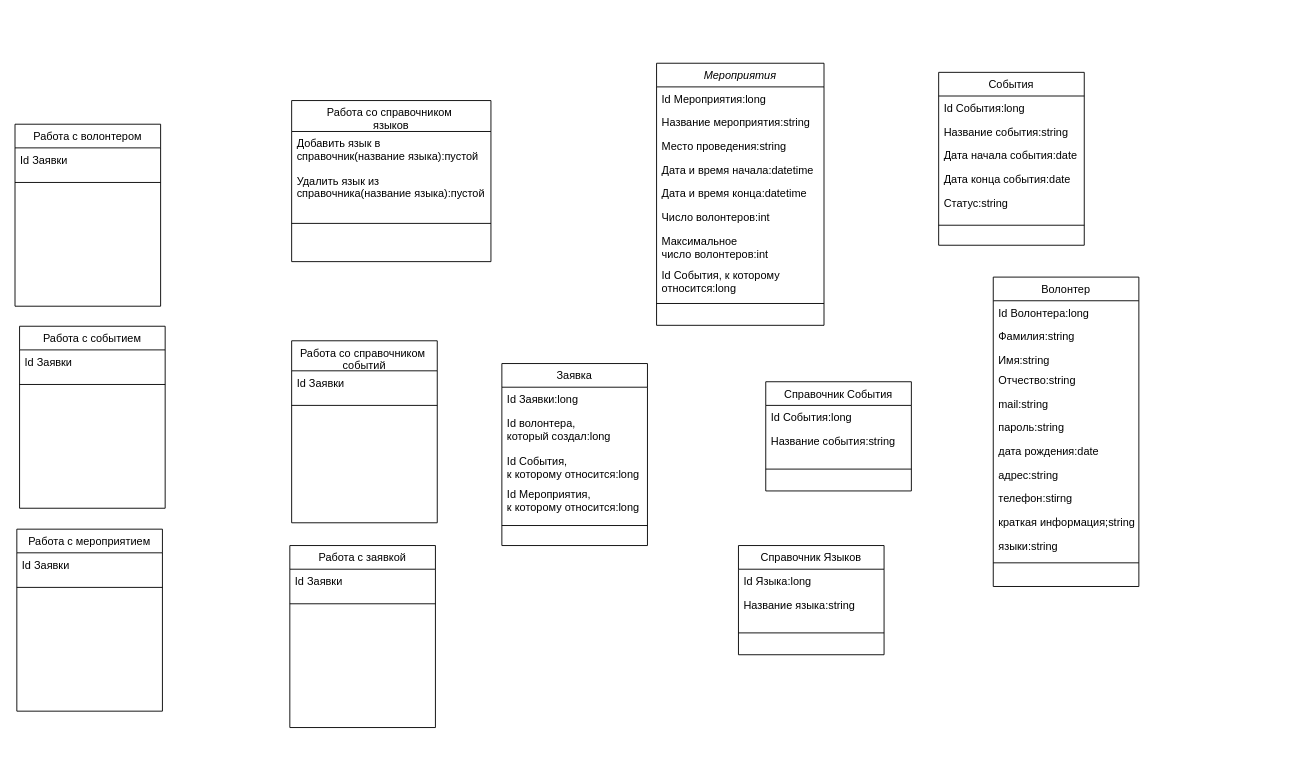
The draw.io diagram dclass.drawio in Alexander-Bankov/draw, before the edit. Source tidied: cells renumbered, new cells numbered last; positions are measured from the earlier drawing's top-left corner, leaving out a move shared by most shapes. Both pictures are drawn from the tidied source at 91%, with x=0, y=0 at pixel (15, 63).
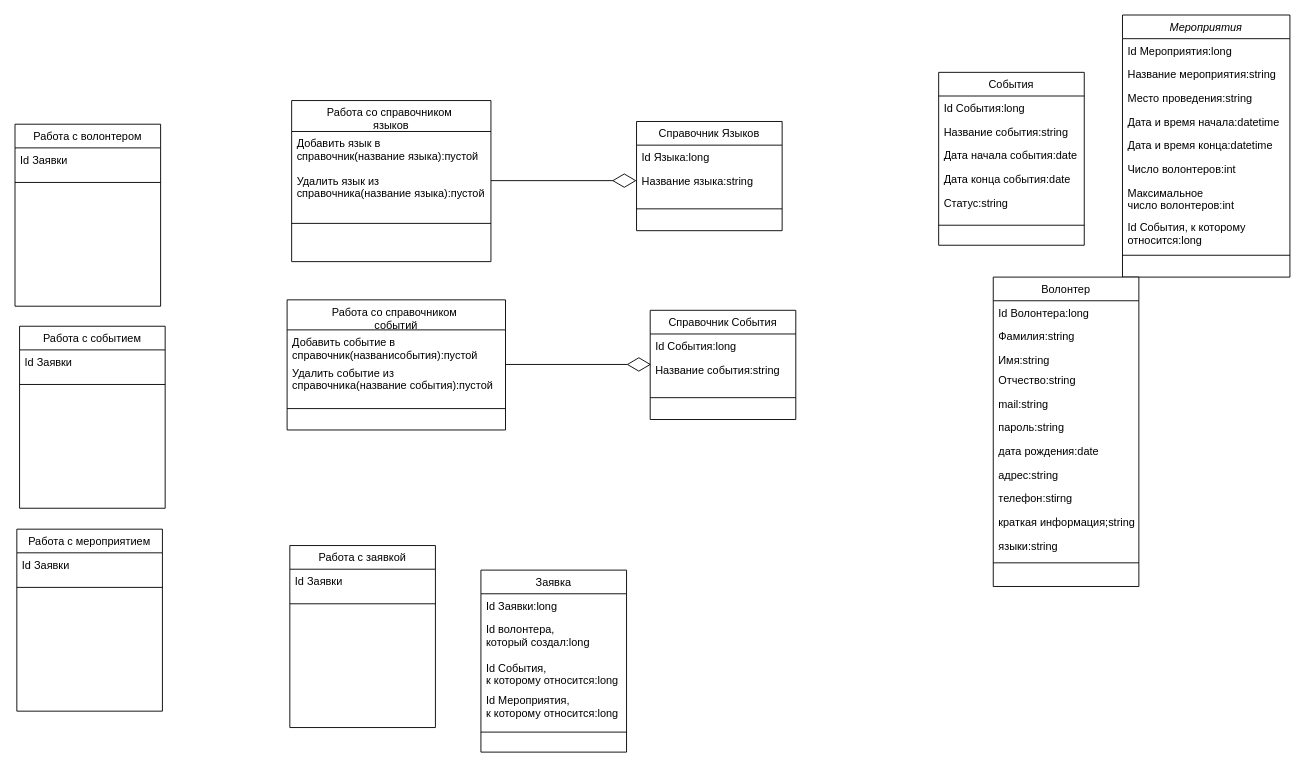
Above is the later version.

What changed in the source:
```diff
@@
     <mxCell id="2" value="Мероприятия" style="swimlane;fontStyle=2;align=center;verticalAlign=top;horizontal=1;startSize=26;rounded=0;shadow=0;strokeWidth=1;" parent="1" vertex="1">
-      <mxGeometry x="705" width="184" height="288" as="geometry" />
+      <mxGeometry x="1217" y="-53" width="184" height="288" as="geometry" />
     </mxCell>
@@
     <mxCell id="12" value="Заявка" style="swimlane;fontStyle=0;align=center;verticalAlign=top;horizontal=1;startSize=26;rounded=0;shadow=0;strokeWidth=1;" parent="1" vertex="1">
-      <mxGeometry x="535" y="330" width="160" height="200" as="geometry" />
+      <mxGeometry x="512" y="557" width="160" height="200" as="geometry" />
     </mxCell>
@@
     <mxCell id="38" value="Справочник События" style="swimlane;fontStyle=0;align=center;verticalAlign=top;horizontal=1;startSize=26;rounded=0;shadow=0;strokeWidth=1;" parent="1" vertex="1">
-      <mxGeometry x="825" y="350" width="160" height="120" as="geometry" />
+      <mxGeometry x="698" y="271.5" width="160" height="120" as="geometry" />
     </mxCell>
@@
     <mxCell id="42" value="Справочник Языков" style="swimlane;fontStyle=0;align=center;verticalAlign=top;horizontal=1;startSize=26;rounded=0;shadow=0;strokeWidth=1;" parent="1" vertex="1">
-      <mxGeometry x="795" y="530" width="160" height="120" as="geometry" />
+      <mxGeometry x="683" y="64" width="160" height="120" as="geometry" />
     </mxCell>
@@
     <mxCell id="62" value="Работа со справочником &#10;событий" style="swimlane;fontStyle=0;align=center;verticalAlign=top;horizontal=1;startSize=33;rounded=0;shadow=0;strokeWidth=1;" parent="1" vertex="1">
-      <mxGeometry x="304" y="305" width="160" height="200" as="geometry" />
+      <mxGeometry x="299" y="260" width="240" height="143" as="geometry" />
     </mxCell>
-    <mxCell id="63" value="Id Заявки" style="text;align=left;verticalAlign=top;spacingLeft=4;spacingRight=4;overflow=hidden;" parent="62" vertex="1">
-      <mxGeometry y="33" width="160" height="26" as="geometry" />
+    <mxCell id="63" value="Добавить событие в &#10;справочник(названисобытия):пустой&#10;" style="text;align=left;verticalAlign=top;spacingLeft=4;spacingRight=4;overflow=hidden;" parent="62" vertex="1">
+      <mxGeometry y="33" width="240" height="34" as="geometry" />
     </mxCell>
+    <mxCell id="65" value="Удалить событие из &#10;справочника(название события):пустой&#10;" style="text;align=left;verticalAlign=top;spacingLeft=4;spacingRight=4;overflow=hidden;" parent="62" vertex="1">
+      <mxGeometry y="67" width="240" height="34" as="geometry" />
+    </mxCell>
     <mxCell id="64" style="line;html=1;strokeWidth=1;align=left;verticalAlign=middle;spacingTop=-1;spacingLeft=3;spacingRight=3;labelPosition=right;" parent="62" vertex="1">
-      <mxGeometry y="59" width="160" height="24" as="geometry" />
+      <mxGeometry y="101" width="240" height="37" as="geometry" />
     </mxCell>
+    <mxCell id="66" style="endArrow=diamondThin;endFill=0;endSize=24;html=1;rounded=0;" parent="1" edge="1">
+      <mxGeometry relative="1" as="geometry">
+        <mxPoint x="523" y="129" as="sourcePoint" />
+        <mxPoint x="683" y="129" as="targetPoint" />
+      </mxGeometry>
+    </mxCell>
+    <mxCell id="67" style="endArrow=diamondThin;endFill=0;endSize=24;html=1;rounded=0;" parent="1" edge="1">
+      <mxGeometry relative="1" as="geometry">
+        <mxPoint x="539" y="331" as="sourcePoint" />
+        <mxPoint x="699" y="331" as="targetPoint" />
+      </mxGeometry>
+    </mxCell>
```
